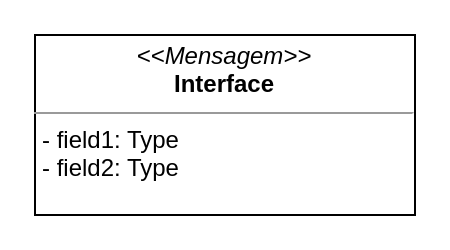
The draw.io diagram page "Interface_servico" (2 of 2) of DEC/Diagrama sem nome.drawio in luca-moraes/projetoCorintoModelagem, before the edit. Source tidied: cells renumbered, new cells numbered last; positions are measured from the earlier drawing's top-left corner, leaving out a move shared by most shapes. Both pictures are drawn from the tidied source at 200%, with x=0, y=0 at pixel (34, 34).
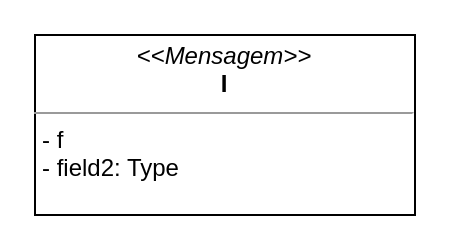
The same diagram, later.

What changed in the source:
```diff
@@
 <mxGraphModel>
   <root>
     <mxCell id="0" />
     <mxCell id="1" parent="0" />
-    <mxCell id="2" value="&lt;p style=&quot;margin:0px;margin-top:4px;text-align:center;&quot;&gt;&lt;i&gt;&amp;lt;&amp;lt;Mensagem&amp;gt;&amp;gt;&lt;/i&gt;&lt;br&gt;&lt;b&gt;Interface&lt;/b&gt;&lt;/p&gt;&lt;hr size=&quot;1&quot;&gt;&lt;p style=&quot;margin:0px;margin-left:4px;&quot;&gt;- field1: Type&lt;br&gt;- field2: Type&lt;/p&gt;" style="verticalAlign=top;align=left;overflow=fill;fontSize=12;fontFamily=Helvetica;html=1;whiteSpace=wrap;" parent="1" vertex="1">
+    <mxCell id="2" value="&lt;p style=&quot;margin:0px;margin-top:4px;text-align:center;&quot;&gt;&lt;i&gt;&amp;lt;&amp;lt;Mensagem&amp;gt;&amp;gt;&lt;/i&gt;&lt;br&gt;&lt;b&gt;I&lt;/b&gt;&lt;/p&gt;&lt;hr size=&quot;1&quot;&gt;&lt;p style=&quot;margin:0px;margin-left:4px;&quot;&gt;- f&lt;br&gt;- field2: Type&lt;/p&gt;" style="verticalAlign=top;align=left;overflow=fill;fontSize=12;fontFamily=Helvetica;html=1;whiteSpace=wrap;" parent="1" vertex="1">
       <mxGeometry width="190" height="90" as="geometry" />
     </mxCell>
   </root>
 </mxGraphModel>
```
